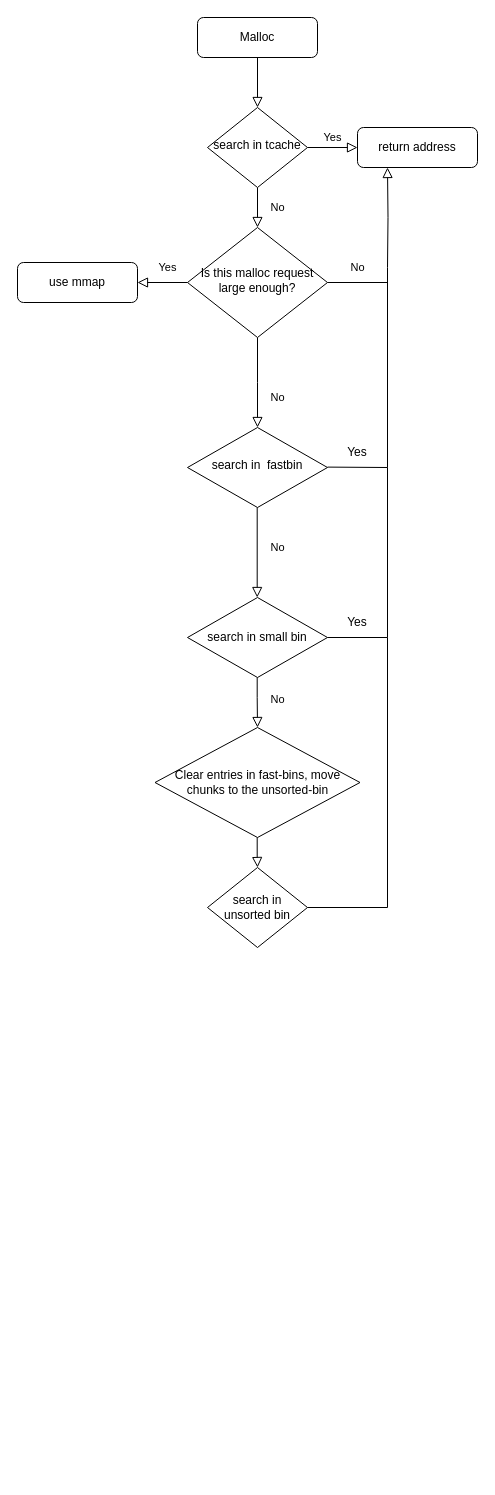
Above: Untitled Diagram.drawio in qishenli/GitBook (draw.io), before the change. Source tidied: cells renumbered, new cells numbered last; positions are measured from the earlier drawing's top-left corner, leaving out a move shared by most shapes. Both pictures are drawn from the tidied source at 100%, with x=0, y=0 at pixel (17, 17).
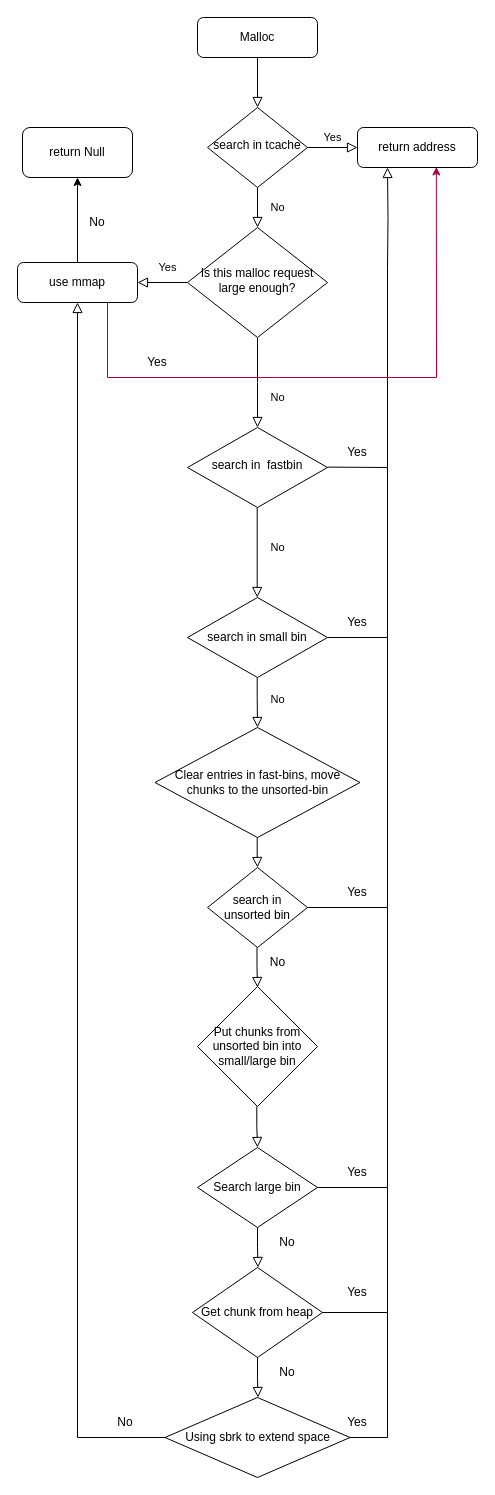
Above is the later version.

The change refers to these unchanged cells:
```xml
<mxCell id="7" value="return address" style="rounded=1;whiteSpace=wrap;html=1;fontSize=12;glass=0;strokeWidth=1;shadow=0;" parent="1" vertex="1">
  <mxGeometry x="340" y="110" width="120" height="40" as="geometry" />
</mxCell>
<mxCell id="10" value="Is this malloc request large enough?" style="rhombus;whiteSpace=wrap;html=1;shadow=0;fontFamily=Helvetica;fontSize=12;align=center;strokeWidth=1;spacing=6;spacingTop=-4;" parent="1" vertex="1">
  <mxGeometry x="170" y="210" width="140" height="110" as="geometry" />
</mxCell>
<mxCell id="20" value="use mmap" style="rounded=1;whiteSpace=wrap;html=1;fontSize=12;glass=0;strokeWidth=1;shadow=0;" parent="1" vertex="1">
  <mxGeometry y="245" width="120" height="40" as="geometry" />
</mxCell>
```

What changed in the source:
```diff
@@
-    <mxCell id="21" value="No" style="rounded=0;html=1;jettySize=auto;fontSize=11;endArrow=block;endFill=0;endSize=8;strokeWidth=1;shadow=0;labelBackgroundColor=none;edgeStyle=orthogonalEdgeStyle;entryX=0.25;entryY=1;entryDx=0;entryDy=0;" parent="1" edge="1" target="7">
+    <mxCell id="21" style="rounded=0;html=1;jettySize=auto;fontSize=11;endArrow=block;endFill=0;endSize=8;strokeWidth=1;shadow=0;labelBackgroundColor=none;edgeStyle=orthogonalEdgeStyle;entryX=0.25;entryY=1;entryDx=0;entryDy=0;" parent="1" edge="1" target="7">
       <mxGeometry x="-1" y="30" relative="1" as="geometry">
         <mxPoint x="370" y="250" as="sourcePoint" />
       </mxGeometry>
     </mxCell>
-    <mxCell id="22" style="endArrow=none;html=1;rounded=0;exitX=1;exitY=0.5;exitDx=0;exitDy=0;" parent="1" edge="1" source="10">
-      <mxGeometry relative="1" as="geometry">
-        <mxPoint x="370" y="265" as="targetPoint" />
-      </mxGeometry>
-    </mxCell>
@@
+    <mxCell id="29" value="Yes" style="text;html=1;strokeColor=none;fillColor=none;align=center;verticalAlign=middle;whiteSpace=wrap;rounded=0;" parent="1" vertex="1">
+      <mxGeometry x="310" y="860" width="60" height="30" as="geometry" />
+    </mxCell>
+    <mxCell id="30" style="rounded=0;html=1;jettySize=auto;orthogonalLoop=1;fontSize=11;endArrow=block;endFill=0;endSize=8;strokeWidth=1;shadow=0;labelBackgroundColor=none;edgeStyle=orthogonalEdgeStyle;" parent="1" edge="1">
+      <mxGeometry x="-0.11" y="20" relative="1" as="geometry">
+        <mxPoint x="239.5" y="930" as="sourcePoint" />
+        <mxPoint x="240" y="970" as="targetPoint" />
+        <Array as="points">
+          <mxPoint x="239.8" y="950" />
+          <mxPoint x="239.8" y="950" />
+        </Array>
+      </mxGeometry>
+    </mxCell>
+    <mxCell id="31" value="No" style="text;html=1;align=center;verticalAlign=middle;strokeColor=none;fillColor=none;" parent="1" vertex="1">
+      <mxGeometry x="240" y="930" width="40" height="30" as="geometry" />
+    </mxCell>
+    <mxCell id="32" value="Put chunks from unsorted bin into small/large bin" style="rhombus;whiteSpace=wrap;html=1;" parent="1" vertex="1">
+      <mxGeometry x="180" y="969" width="120" height="120" as="geometry" />
+    </mxCell>
+    <mxCell id="33" style="rounded=0;html=1;jettySize=auto;fontSize=11;endArrow=block;endFill=0;endSize=8;strokeWidth=1;shadow=0;labelBackgroundColor=none;edgeStyle=orthogonalEdgeStyle;entryX=0.5;entryY=0;entryDx=0;entryDy=0;" parent="1" edge="1" target="34">
+      <mxGeometry x="-0.11" y="20" relative="1" as="geometry">
+        <mxPoint x="239.3" y="1089" as="sourcePoint" />
+        <Array as="points">
+          <mxPoint x="239" y="1109" />
+          <mxPoint x="240" y="1109" />
+        </Array>
+      </mxGeometry>
+    </mxCell>
+    <mxCell id="34" value="Search large bin" style="rhombus;whiteSpace=wrap;html=1;" parent="1" vertex="1">
+      <mxGeometry x="180" y="1130" width="120" height="80" as="geometry" />
+    </mxCell>
+    <mxCell id="35" style="endArrow=none;html=1;rounded=0;" parent="1" edge="1">
+      <mxGeometry relative="1" as="geometry">
+        <mxPoint x="300" y="1170" as="sourcePoint" />
+        <mxPoint x="370" y="1170" as="targetPoint" />
+      </mxGeometry>
+    </mxCell>
+    <mxCell id="36" style="endArrow=none;html=1;rounded=0;entryX=1;entryY=1;entryDx=0;entryDy=0;" parent="1" edge="1" target="29">
+      <mxGeometry relative="1" as="geometry">
+        <mxPoint x="370" y="1170" as="sourcePoint" />
+      </mxGeometry>
+    </mxCell>
+    <mxCell id="37" value="Yes" style="text;html=1;strokeColor=none;fillColor=none;align=center;verticalAlign=middle;whiteSpace=wrap;rounded=0;" parent="1" vertex="1">
+      <mxGeometry x="310" y="1140" width="60" height="30" as="geometry" />
+    </mxCell>
+    <mxCell id="38" style="rounded=0;html=1;jettySize=auto;orthogonalLoop=1;fontSize=11;endArrow=block;endFill=0;endSize=8;strokeWidth=1;shadow=0;labelBackgroundColor=none;edgeStyle=orthogonalEdgeStyle;" parent="1" edge="1">
+      <mxGeometry x="-0.11" y="20" relative="1" as="geometry">
+        <mxPoint x="240" y="1210" as="sourcePoint" />
+        <mxPoint x="240.5" y="1250" as="targetPoint" />
+        <Array as="points">
+          <mxPoint x="239.7" y="1230" />
+        </Array>
+      </mxGeometry>
+    </mxCell>
+    <mxCell id="39" value="No" style="text;html=1;strokeColor=none;fillColor=none;align=center;verticalAlign=middle;whiteSpace=wrap;rounded=0;" parent="1" vertex="1">
+      <mxGeometry x="240" y="1210" width="60" height="30" as="geometry" />
+    </mxCell>
+    <mxCell id="40" value="Get chunk from heap" style="rhombus;whiteSpace=wrap;html=1;" parent="1" vertex="1">
+      <mxGeometry x="175" y="1250" width="130" height="90" as="geometry" />
+    </mxCell>
+    <mxCell id="41" style="endArrow=none;html=1;rounded=0;exitX=1;exitY=0.5;exitDx=0;exitDy=0;" parent="1" edge="1" source="40">
+      <mxGeometry relative="1" as="geometry">
+        <mxPoint x="370" y="1295" as="targetPoint" />
+      </mxGeometry>
+    </mxCell>
+    <mxCell id="42" style="endArrow=none;html=1;rounded=0;entryX=1;entryY=1;entryDx=0;entryDy=0;" parent="1" edge="1" target="37">
+      <mxGeometry relative="1" as="geometry">
+        <mxPoint x="370" y="1420" as="sourcePoint" />
+      </mxGeometry>
+    </mxCell>
+    <mxCell id="43" value="Yes" style="text;html=1;strokeColor=none;fillColor=none;align=center;verticalAlign=middle;whiteSpace=wrap;rounded=0;" parent="1" vertex="1">
+      <mxGeometry x="310" y="1260" width="60" height="30" as="geometry" />
+    </mxCell>
+    <mxCell id="44" style="rounded=0;html=1;jettySize=auto;orthogonalLoop=1;fontSize=11;endArrow=block;endFill=0;endSize=8;strokeWidth=1;shadow=0;labelBackgroundColor=none;edgeStyle=orthogonalEdgeStyle;" parent="1" edge="1">
+      <mxGeometry x="-0.11" y="20" relative="1" as="geometry">
+        <mxPoint x="240" y="1340" as="sourcePoint" />
+        <mxPoint x="240.5" y="1380" as="targetPoint" />
+        <Array as="points">
+          <mxPoint x="239.7" y="1360" />
+        </Array>
+      </mxGeometry>
+    </mxCell>
+    <mxCell id="45" value="No" style="text;html=1;strokeColor=none;fillColor=none;align=center;verticalAlign=middle;whiteSpace=wrap;rounded=0;" parent="1" vertex="1">
+      <mxGeometry x="240" y="1340" width="60" height="30" as="geometry" />
+    </mxCell>
+    <mxCell id="46" value="Using sbrk to extend space" style="rhombus;whiteSpace=wrap;html=1;" parent="1" vertex="1">
+      <mxGeometry x="147.5" y="1380" width="185" height="80" as="geometry" />
+    </mxCell>
+    <mxCell id="47" style="endArrow=none;html=1;rounded=0;exitX=1;exitY=0.5;exitDx=0;exitDy=0;" parent="1" edge="1" source="46">
+      <mxGeometry relative="1" as="geometry">
+        <mxPoint x="370" y="1420" as="targetPoint" />
+      </mxGeometry>
+    </mxCell>
+    <mxCell id="48" value="Yes" style="text;html=1;strokeColor=none;fillColor=none;align=center;verticalAlign=middle;whiteSpace=wrap;rounded=0;" parent="1" vertex="1">
+      <mxGeometry x="310" y="1390" width="60" height="30" as="geometry" />
+    </mxCell>
+    <mxCell id="49" style="rounded=0;html=1;jettySize=auto;fontSize=11;endArrow=block;endFill=0;endSize=8;strokeWidth=1;shadow=0;labelBackgroundColor=none;edgeStyle=orthogonalEdgeStyle;exitX=0;exitY=0.5;exitDx=0;exitDy=0;entryX=0.5;entryY=1;entryDx=0;entryDy=0;" parent="1" edge="1" source="46" target="20">
+      <mxGeometry x="-0.11" y="20" relative="1" as="geometry">
+        <Array as="points">
+          <mxPoint x="60" y="1420" />
+        </Array>
+      </mxGeometry>
+    </mxCell>
+    <mxCell id="50" value="No" style="text;html=1;strokeColor=none;fillColor=none;align=center;verticalAlign=middle;whiteSpace=wrap;rounded=0;" parent="1" vertex="1">
+      <mxGeometry x="77.5" y="1390" width="60" height="30" as="geometry" />
+    </mxCell>
+    <mxCell id="51" style="endArrow=classic;html=1;rounded=0;entryX=0.657;entryY=0.987;entryDx=0;entryDy=0;entryPerimeter=0;fillColor=#d80073;strokeColor=#A50040;" parent="1" edge="1" target="7">
+      <mxGeometry relative="1" as="geometry">
+        <mxPoint x="90" y="360" as="sourcePoint" />
+        <Array as="points">
+          <mxPoint x="260" y="360" />
+          <mxPoint x="419" y="360" />
+        </Array>
+      </mxGeometry>
+    </mxCell>
+    <mxCell id="52" style="endArrow=none;html=1;rounded=0;entryX=0.75;entryY=1;entryDx=0;entryDy=0;fillColor=#d80073;strokeColor=#A50040;" parent="1" edge="1" target="20">
+      <mxGeometry relative="1" as="geometry">
+        <mxPoint x="90" y="360" as="sourcePoint" />
+      </mxGeometry>
+    </mxCell>
+    <mxCell id="53" value="Yes" style="text;html=1;strokeColor=none;fillColor=none;align=center;verticalAlign=middle;whiteSpace=wrap;rounded=0;" parent="1" vertex="1">
+      <mxGeometry x="110" y="330" width="60" height="30" as="geometry" />
+    </mxCell>
+    <mxCell id="54" style="endArrow=classic;html=1;rounded=0;exitX=0.5;exitY=0;exitDx=0;exitDy=0;" parent="1" edge="1" source="20">
+      <mxGeometry relative="1" as="geometry">
+        <mxPoint x="60" y="160" as="targetPoint" />
+      </mxGeometry>
+    </mxCell>
+    <mxCell id="55" value="No" style="text;html=1;strokeColor=none;fillColor=none;align=center;verticalAlign=middle;whiteSpace=wrap;rounded=0;" parent="1" vertex="1">
+      <mxGeometry x="50" y="190" width="60" height="30" as="geometry" />
+    </mxCell>
+    <mxCell id="56" value="return Null" style="rounded=1;whiteSpace=wrap;html=1;" parent="1" vertex="1">
+      <mxGeometry x="5" y="110" width="110" height="50" as="geometry" />
+    </mxCell>
```
